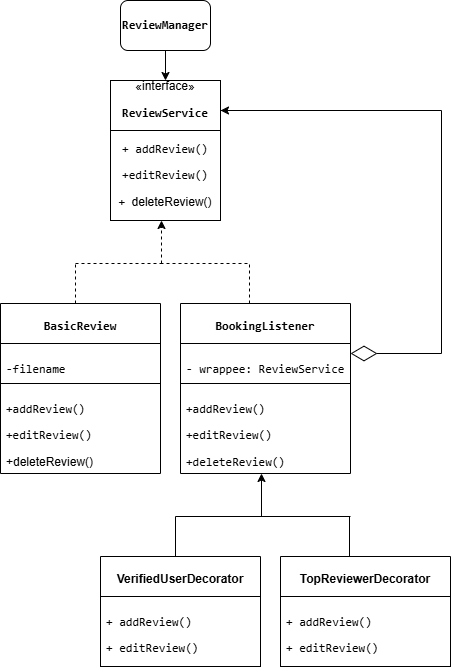
This is Design Patterns/Structural Design/Decorator Pattern/Review Decorator .drawio.png from Luis-S4/Tourism-MS, a draw.io export, as it was before one commit. Source tidied: cells renumbered, new cells last; positions are measured from the earlier drawing's top-left corner, leaving out a move shared by most shapes. The source it was exported from:
```xml
<mxGraphModel>
  <root>
    <mxCell id="0" />
    <mxCell id="1" parent="0" />
    <mxCell id="2" style="edgeStyle=orthogonalEdgeStyle;rounded=0;jettySize=auto;html=1;entryX=0.5;entryY=0;entryDx=0;entryDy=0;" parent="1" edge="1" source="3" target="4">
      <mxGeometry relative="1" as="geometry" />
    </mxCell>
    <mxCell id="3" value="&lt;p&gt;&lt;code&gt;&lt;b&gt;ReviewManager&lt;/b&gt;&lt;/code&gt;&lt;/p&gt;" style="rounded=1;whiteSpace=wrap;html=1;" parent="1" vertex="1">
      <mxGeometry x="120" width="90" height="50" as="geometry" />
    </mxCell>
    <mxCell id="4" value="«interface»&lt;br&gt;&lt;p&gt;&lt;code&gt;&lt;b&gt;ReviewService&lt;/b&gt;&lt;/code&gt;&lt;/p&gt;" style="html=1;whiteSpace=wrap;" parent="1" vertex="1">
      <mxGeometry x="110" y="80" width="110" height="50" as="geometry" />
    </mxCell>
    <mxCell id="5" value="&lt;p&gt;&lt;code&gt;+ addReview()&lt;/code&gt;&lt;/p&gt;&lt;p&gt;&lt;code style=&quot;background-color: transparent; color: light-dark(rgb(0, 0, 0), rgb(255, 255, 255));&quot;&gt;+editReview()&lt;/code&gt;&lt;/p&gt;&lt;p&gt;&lt;code style=&quot;background-color: transparent; color: light-dark(rgb(0, 0, 0), rgb(255, 255, 255));&quot;&gt;+&amp;nbsp;&lt;/code&gt;&lt;span style=&quot;background-color: transparent; color: light-dark(rgb(0, 0, 0), rgb(255, 255, 255));&quot;&gt;deleteReview()&lt;/span&gt;&lt;/p&gt;" style="html=1;whiteSpace=wrap;" parent="1" vertex="1">
      <mxGeometry x="110" y="130" width="110" height="90" as="geometry" />
    </mxCell>
    <mxCell id="6" style="endArrow=classic;html=1;rounded=0;dashed=1;entryX=0.465;entryY=0.94;entryDx=0;entryDy=0;entryPerimeter=0;" parent="1" edge="1">
      <mxGeometry relative="1" as="geometry">
        <mxPoint x="161" y="263" as="sourcePoint" />
        <mxPoint x="161" y="220" as="targetPoint" />
      </mxGeometry>
    </mxCell>
    <mxCell id="7" style="endArrow=none;html=1;rounded=0;dashed=1;" parent="1" edge="1">
      <mxGeometry relative="1" as="geometry">
        <mxPoint x="75" y="263" as="sourcePoint" />
        <mxPoint x="165" y="263" as="targetPoint" />
      </mxGeometry>
    </mxCell>
    <mxCell id="8" style="endArrow=none;html=1;rounded=0;dashed=1;" parent="1" edge="1">
      <mxGeometry relative="1" as="geometry">
        <mxPoint x="75" y="303" as="sourcePoint" />
        <mxPoint x="75" y="263" as="targetPoint" />
      </mxGeometry>
    </mxCell>
    <mxCell id="9" style="endArrow=none;html=1;rounded=0;dashed=1;" parent="1" edge="1">
      <mxGeometry relative="1" as="geometry">
        <mxPoint x="160" y="263" as="sourcePoint" />
        <mxPoint x="250" y="263" as="targetPoint" />
      </mxGeometry>
    </mxCell>
    <mxCell id="10" style="endArrow=none;html=1;rounded=0;dashed=1;" parent="1" edge="1">
      <mxGeometry relative="1" as="geometry">
        <mxPoint x="249" y="303" as="sourcePoint" />
        <mxPoint x="249" y="263" as="targetPoint" />
      </mxGeometry>
    </mxCell>
    <mxCell id="11" value="&lt;p&gt;&lt;code&gt;&lt;font style=&quot;font-size: 12px;&quot;&gt;&lt;b&gt;BasicReview&lt;/b&gt;&lt;/font&gt;&lt;/code&gt;&lt;/p&gt;" style="swimlane;fontStyle=0;align=center;verticalAlign=top;horizontal=1;startSize=40;whiteSpace=wrap;html=1;fontSize=9;" parent="1" vertex="1">
      <mxGeometry y="303" width="160" height="170" as="geometry" />
    </mxCell>
    <mxCell id="12" value="&lt;p data-pm-slice=&quot;1 1 [&amp;quot;list&amp;quot;,{&amp;quot;spread&amp;quot;:true,&amp;quot;start&amp;quot;:1400,&amp;quot;end&amp;quot;:3936},&amp;quot;regular_list_item&amp;quot;,{&amp;quot;start&amp;quot;:1400,&amp;quot;end&amp;quot;:1918},&amp;quot;list&amp;quot;,{&amp;quot;spread&amp;quot;:false,&amp;quot;start&amp;quot;:1439,&amp;quot;end&amp;quot;:1918},&amp;quot;regular_list_item&amp;quot;,{&amp;quot;start&amp;quot;:1833,&amp;quot;end&amp;quot;:1918},&amp;quot;list&amp;quot;,{&amp;quot;spread&amp;quot;:false,&amp;quot;start&amp;quot;:1892,&amp;quot;end&amp;quot;:1918},&amp;quot;regular_list_item&amp;quot;,{&amp;quot;start&amp;quot;:1892,&amp;quot;end&amp;quot;:1918}]&quot;&gt;&lt;font face=&quot;monospace&quot;&gt;-filename&lt;/font&gt;&lt;/p&gt;" style="text;strokeColor=default;fillColor=none;align=left;verticalAlign=top;spacingLeft=4;spacingRight=4;overflow=hidden;whiteSpace=wrap;html=1;fontStyle=0;" parent="11" vertex="1">
      <mxGeometry y="40" width="160" height="40" as="geometry" />
    </mxCell>
    <mxCell id="13" value="&lt;p&gt;&lt;code&gt;+addReview()&lt;/code&gt;&lt;/p&gt;&lt;p&gt;&lt;code style=&quot;background-color: transparent; color: light-dark(rgb(0, 0, 0), rgb(255, 255, 255));&quot;&gt;+editReview()&lt;/code&gt;&lt;span style=&quot;background-color: transparent; color: light-dark(rgb(0, 0, 0), rgb(255, 255, 255));&quot;&gt;&amp;nbsp;&lt;/span&gt;&lt;/p&gt;&lt;p&gt;&lt;span style=&quot;background-color: transparent; color: light-dark(rgb(0, 0, 0), rgb(255, 255, 255));&quot;&gt;+deleteReview()&lt;/span&gt;&lt;/p&gt;" style="text;strokeColor=none;fillColor=none;align=left;verticalAlign=top;spacingLeft=4;spacingRight=4;overflow=hidden;whiteSpace=wrap;html=1;fontStyle=0;" parent="11" vertex="1">
      <mxGeometry y="80" width="160" height="90" as="geometry" />
    </mxCell>
    <mxCell id="14" value="&lt;p data-pm-slice=&quot;1 1 [&amp;quot;list&amp;quot;,{&amp;quot;spread&amp;quot;:true,&amp;quot;start&amp;quot;:1400,&amp;quot;end&amp;quot;:3936},&amp;quot;regular_list_item&amp;quot;,{&amp;quot;start&amp;quot;:1400,&amp;quot;end&amp;quot;:1918},&amp;quot;list&amp;quot;,{&amp;quot;spread&amp;quot;:false,&amp;quot;start&amp;quot;:1439,&amp;quot;end&amp;quot;:1918},&amp;quot;regular_list_item&amp;quot;,{&amp;quot;start&amp;quot;:1833,&amp;quot;end&amp;quot;:1918}]&quot;&gt;&lt;code&gt;&lt;font style=&quot;font-size: 12px;&quot;&gt;BookingListener&lt;/font&gt;&lt;/code&gt;&lt;/p&gt;" style="swimlane;fontStyle=1;align=center;verticalAlign=top;horizontal=1;startSize=40;whiteSpace=wrap;html=1;fontSize=9;" parent="1" vertex="1">
      <mxGeometry x="180" y="303" width="170" height="170" as="geometry" />
    </mxCell>
    <mxCell id="15" value="&lt;p&gt;&lt;code&gt;- wrappee: ReviewService&lt;/code&gt;&lt;/p&gt;" style="text;strokeColor=default;fillColor=none;align=left;verticalAlign=top;spacingLeft=4;spacingRight=4;overflow=hidden;whiteSpace=wrap;html=1;" parent="14" vertex="1">
      <mxGeometry y="40" width="170" height="40" as="geometry" />
    </mxCell>
    <mxCell id="16" value="&lt;p&gt;&lt;code&gt;+addReview()&lt;/code&gt;&lt;/p&gt;&lt;p&gt;&lt;code&gt;+editReview()&lt;/code&gt;&amp;nbsp;&lt;/p&gt;&lt;p&gt;&lt;code&gt;+deleteReview()&lt;/code&gt;&lt;/p&gt;" style="text;strokeColor=none;fillColor=none;align=left;verticalAlign=top;spacingLeft=4;spacingRight=4;overflow=hidden;whiteSpace=wrap;html=1;" parent="14" vertex="1">
      <mxGeometry y="80" width="170" height="90" as="geometry" />
    </mxCell>
    <mxCell id="17" style="endArrow=diamondThin;endFill=0;endSize=24;html=1;rounded=0;edgeStyle=orthogonalEdgeStyle;entryX=1;entryY=0.5;entryDx=0;entryDy=0;" parent="1" edge="1">
      <mxGeometry relative="1" as="geometry">
        <mxPoint x="220" y="110" as="sourcePoint" />
        <mxPoint x="350" y="353" as="targetPoint" />
        <Array as="points">
          <mxPoint x="441" y="110" />
          <mxPoint x="441" y="353" />
        </Array>
      </mxGeometry>
    </mxCell>
    <mxCell id="18" style="endArrow=classic;html=1;rounded=0;" parent="1" edge="1">
      <mxGeometry relative="1" as="geometry">
        <mxPoint x="360" y="110" as="sourcePoint" />
        <mxPoint x="220" y="110" as="targetPoint" />
      </mxGeometry>
    </mxCell>
    <mxCell id="19" style="endArrow=classic;html=1;rounded=0;entryX=0.465;entryY=0.94;entryDx=0;entryDy=0;entryPerimeter=0;" parent="1" edge="1">
      <mxGeometry relative="1" as="geometry">
        <mxPoint x="261" y="516" as="sourcePoint" />
        <mxPoint x="261" y="473" as="targetPoint" />
      </mxGeometry>
    </mxCell>
    <mxCell id="20" style="endArrow=none;html=1;rounded=0;" parent="1" edge="1">
      <mxGeometry relative="1" as="geometry">
        <mxPoint x="175" y="516" as="sourcePoint" />
        <mxPoint x="265" y="516" as="targetPoint" />
      </mxGeometry>
    </mxCell>
    <mxCell id="21" style="endArrow=none;html=1;rounded=0;" parent="1" edge="1">
      <mxGeometry relative="1" as="geometry">
        <mxPoint x="175" y="556" as="sourcePoint" />
        <mxPoint x="175" y="516" as="targetPoint" />
      </mxGeometry>
    </mxCell>
    <mxCell id="22" style="endArrow=none;html=1;rounded=0;" parent="1" edge="1">
      <mxGeometry relative="1" as="geometry">
        <mxPoint x="260" y="516" as="sourcePoint" />
        <mxPoint x="350" y="516" as="targetPoint" />
      </mxGeometry>
    </mxCell>
    <mxCell id="23" style="endArrow=none;html=1;rounded=0;" parent="1" edge="1">
      <mxGeometry relative="1" as="geometry">
        <mxPoint x="349" y="556" as="sourcePoint" />
        <mxPoint x="349" y="516" as="targetPoint" />
      </mxGeometry>
    </mxCell>
    <mxCell id="24" value="&lt;p&gt;&lt;b&gt;&lt;font style=&quot;font-size: 12px;&quot;&gt;VerifiedUserDecorator&lt;/font&gt;&lt;/b&gt;&lt;/p&gt;" style="swimlane;fontStyle=0;align=center;verticalAlign=top;horizontal=1;startSize=40;whiteSpace=wrap;html=1;fontSize=9;" parent="1" vertex="1">
      <mxGeometry x="100" y="556" width="160" height="110" as="geometry" />
    </mxCell>
    <mxCell id="25" value="&lt;p&gt;&lt;code&gt;+ addReview()&lt;/code&gt;&lt;/p&gt;&lt;p&gt;&lt;code&gt;+ editReview()&lt;/code&gt;&lt;/p&gt;" style="text;strokeColor=default;fillColor=none;align=left;verticalAlign=top;spacingLeft=4;spacingRight=4;overflow=hidden;whiteSpace=wrap;html=1;fontStyle=0;" parent="24" vertex="1">
      <mxGeometry y="40" width="160" height="70" as="geometry" />
    </mxCell>
    <mxCell id="26" value="&lt;p&gt;&lt;font style=&quot;font-size: 12px;&quot;&gt;TopReviewerDecorator&lt;/font&gt;&lt;/p&gt;" style="swimlane;fontStyle=1;align=center;verticalAlign=top;horizontal=1;startSize=40;whiteSpace=wrap;html=1;fontSize=9;" parent="1" vertex="1">
      <mxGeometry x="280" y="556" width="170" height="110" as="geometry" />
    </mxCell>
    <mxCell id="27" value="&lt;p&gt;&lt;code&gt;+ addReview()&lt;/code&gt;&amp;nbsp;&lt;/p&gt;&lt;p&gt;&lt;code&gt;+ editReview()&lt;/code&gt;&lt;/p&gt;" style="text;strokeColor=default;fillColor=none;align=left;verticalAlign=top;spacingLeft=4;spacingRight=4;overflow=hidden;whiteSpace=wrap;html=1;" parent="26" vertex="1">
      <mxGeometry y="40" width="170" height="70" as="geometry" />
    </mxCell>
  </root>
</mxGraphModel>
```
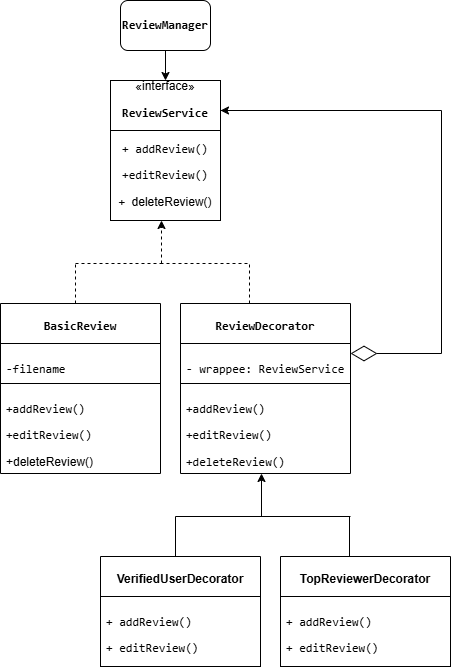
After the commit.

What changed in the source:
```diff
@@ -53,7 +53,7 @@
     <mxCell id="13" value="&lt;p&gt;&lt;code&gt;+addReview()&lt;/code&gt;&lt;/p&gt;&lt;p&gt;&lt;code style=&quot;background-color: transparent; color: light-dark(rgb(0, 0, 0), rgb(255, 255, 255));&quot;&gt;+editReview()&lt;/code&gt;&lt;span style=&quot;background-color: transparent; color: light-dark(rgb(0, 0, 0), rgb(255, 255, 255));&quot;&gt;&amp;nbsp;&lt;/span&gt;&lt;/p&gt;&lt;p&gt;&lt;span style=&quot;background-color: transparent; color: light-dark(rgb(0, 0, 0), rgb(255, 255, 255));&quot;&gt;+deleteReview()&lt;/span&gt;&lt;/p&gt;" style="text;strokeColor=none;fillColor=none;align=left;verticalAlign=top;spacingLeft=4;spacingRight=4;overflow=hidden;whiteSpace=wrap;html=1;fontStyle=0;" parent="11" vertex="1">
       <mxGeometry y="80" width="160" height="90" as="geometry" />
     </mxCell>
-    <mxCell id="14" value="&lt;p data-pm-slice=&quot;1 1 [&amp;quot;list&amp;quot;,{&amp;quot;spread&amp;quot;:true,&amp;quot;start&amp;quot;:1400,&amp;quot;end&amp;quot;:3936},&amp;quot;regular_list_item&amp;quot;,{&amp;quot;start&amp;quot;:1400,&amp;quot;end&amp;quot;:1918},&amp;quot;list&amp;quot;,{&amp;quot;spread&amp;quot;:false,&amp;quot;start&amp;quot;:1439,&amp;quot;end&amp;quot;:1918},&amp;quot;regular_list_item&amp;quot;,{&amp;quot;start&amp;quot;:1833,&amp;quot;end&amp;quot;:1918}]&quot;&gt;&lt;code&gt;&lt;font style=&quot;font-size: 12px;&quot;&gt;BookingListener&lt;/font&gt;&lt;/code&gt;&lt;/p&gt;" style="swimlane;fontStyle=1;align=center;verticalAlign=top;horizontal=1;startSize=40;whiteSpace=wrap;html=1;fontSize=9;" parent="1" vertex="1">
+    <mxCell id="14" value="&lt;p&gt;&lt;code&gt;&lt;font style=&quot;font-size: 12px;&quot;&gt;ReviewDecorator&lt;/font&gt;&lt;/code&gt;&lt;/p&gt;" style="swimlane;fontStyle=1;align=center;verticalAlign=top;horizontal=1;startSize=40;whiteSpace=wrap;html=1;fontSize=9;" parent="1" vertex="1">
       <mxGeometry x="180" y="303" width="170" height="170" as="geometry" />
     </mxCell>
     <mxCell id="15" value="&lt;p&gt;&lt;code&gt;- wrappee: ReviewService&lt;/code&gt;&lt;/p&gt;" style="text;strokeColor=default;fillColor=none;align=left;verticalAlign=top;spacingLeft=4;spacingRight=4;overflow=hidden;whiteSpace=wrap;html=1;" parent="14" vertex="1">
```
